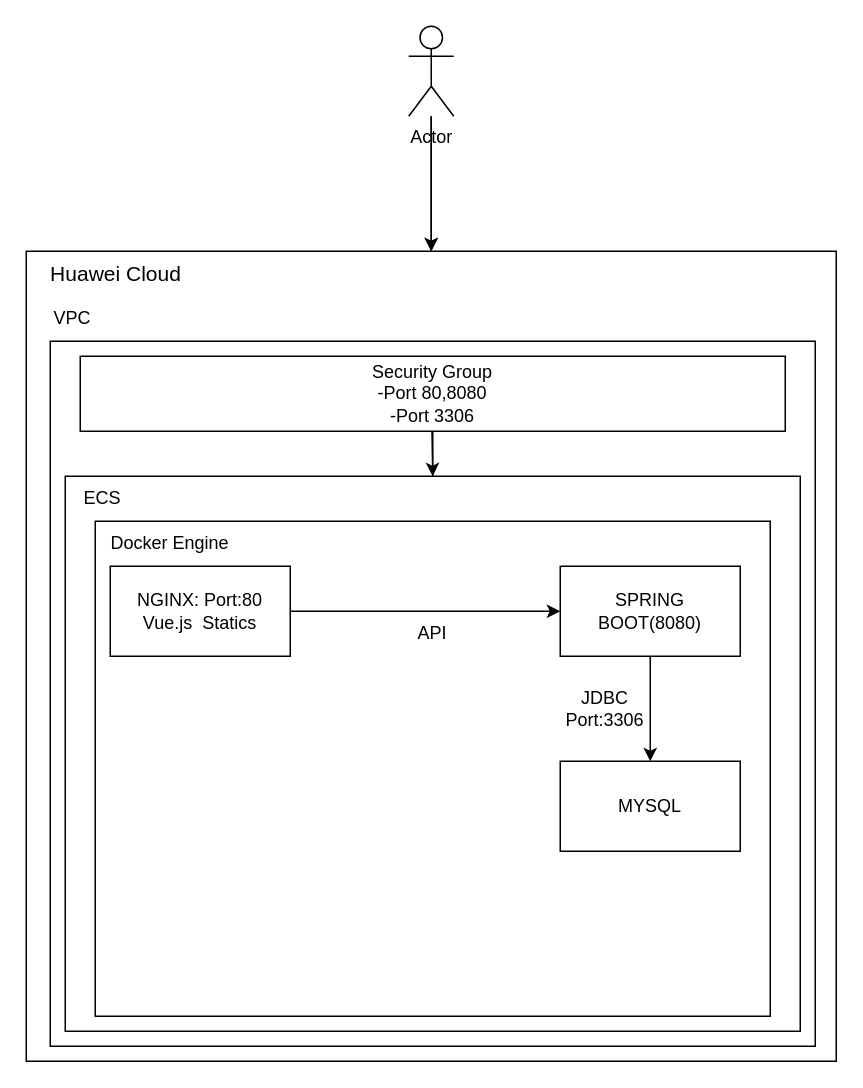
SalihCanAydogdu/Cloud keeps this draw.io diagram as Başlıksız Diyagram.drawio. Above is the earlier version. Source tidied: cells renumbered, new cells numbered last; positions are measured from the earlier drawing's top-left corner, leaving out a move shared by most shapes. Both pictures are drawn from the tidied source at 150%, with x=0, y=0 at pixel (26, 26).
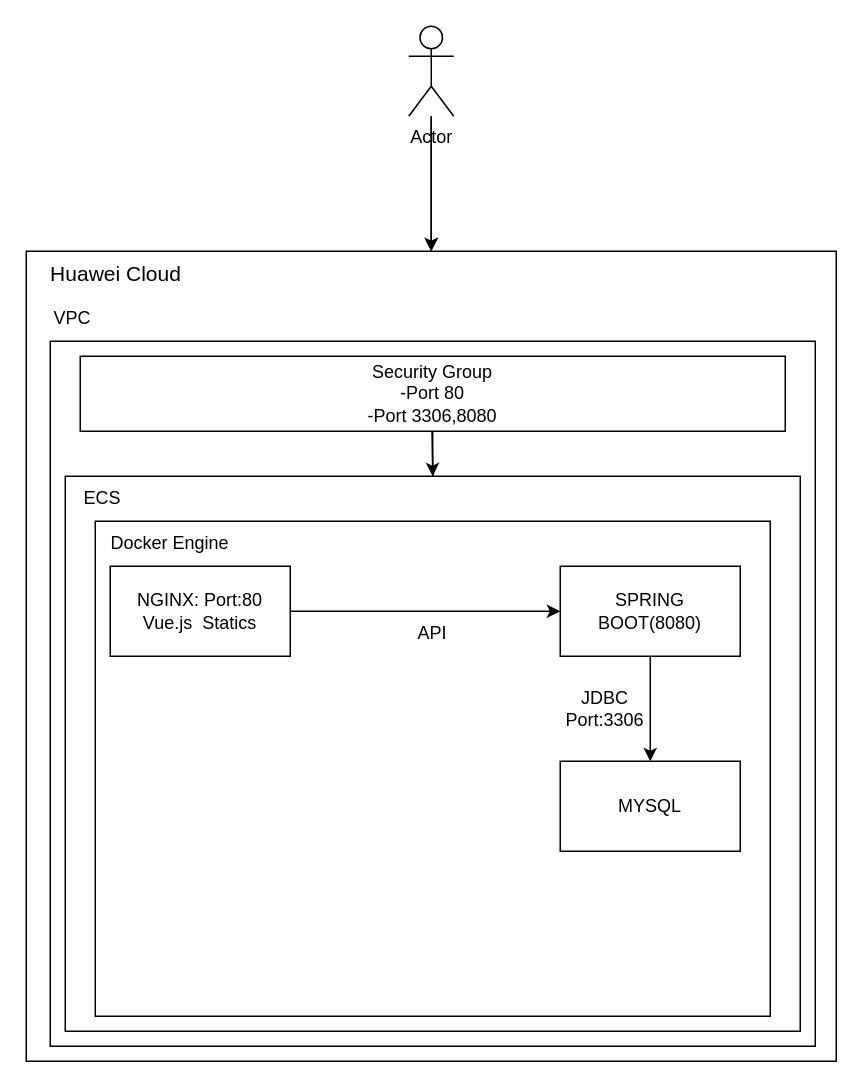
Above is the later version.

What changed in the source:
```diff
@@
-    <mxCell id="8" value="Security Group&lt;div&gt;-Port 80,8080&lt;/div&gt;&lt;div&gt;-Port 3306&lt;/div&gt;" style="rounded=0;whiteSpace=wrap;html=1;" parent="1" vertex="1">
+    <mxCell id="8" value="Security Group&lt;div&gt;-Port 80&lt;/div&gt;&lt;div&gt;-Port 3306,8080&lt;/div&gt;" style="rounded=0;whiteSpace=wrap;html=1;" parent="1" vertex="1">
       <mxGeometry x="36" y="220" width="470" height="50" as="geometry" />
     </mxCell>
```
